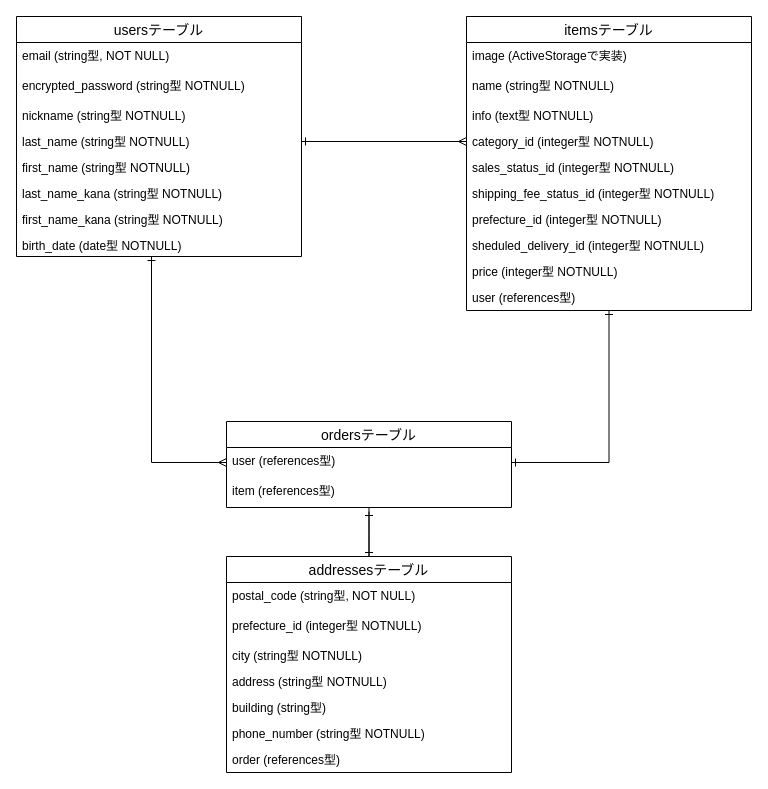
The draw.io diagram test.dio in deguchi0527/furima-35228, before the edit. Source tidied: cells renumbered, new cells numbered last; positions are measured from the earlier drawing's top-left corner, leaving out a move shared by most shapes. Both pictures are drawn from the tidied source at 100%, with x=0, y=0 at pixel (16, 16).
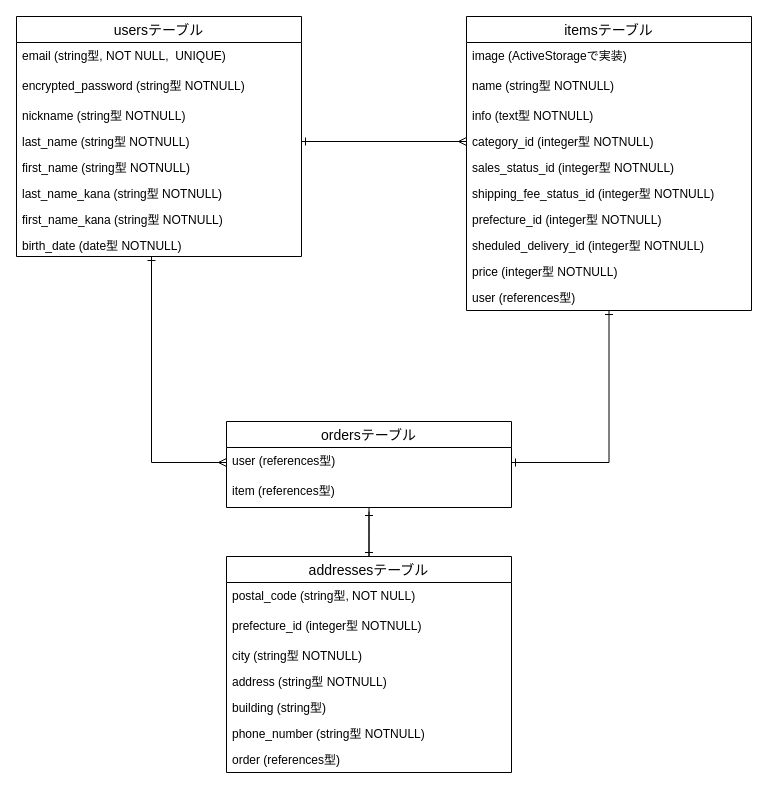
The same page after the edit.

Commit message (it also covers changes not shown here):
コメントの再修正1

The change refers to these unchanged cells:
```xml
<mxCell id="15" value="usersテーブル" style="swimlane;fontStyle=0;horizontal=1;startSize=26;align=center;fontSize=14;" parent="1" vertex="1">
  <mxGeometry width="285" height="240" as="geometry" />
</mxCell>
```

The edit, as a diff of the source:
```diff
@@
-    <mxCell id="16" value="email (string型, NOT NULL)" style="text;strokeColor=none;fillColor=none;spacingLeft=4;spacingRight=4;overflow=hidden;fontSize=12;" parent="15" vertex="1">
+    <mxCell id="16" value="email (string型, NOT NULL,  UNIQUE)" style="text;strokeColor=none;fillColor=none;spacingLeft=4;spacingRight=4;overflow=hidden;fontSize=12;" parent="15" vertex="1">
       <mxGeometry y="26" width="285" height="30" as="geometry" />
     </mxCell>
```
